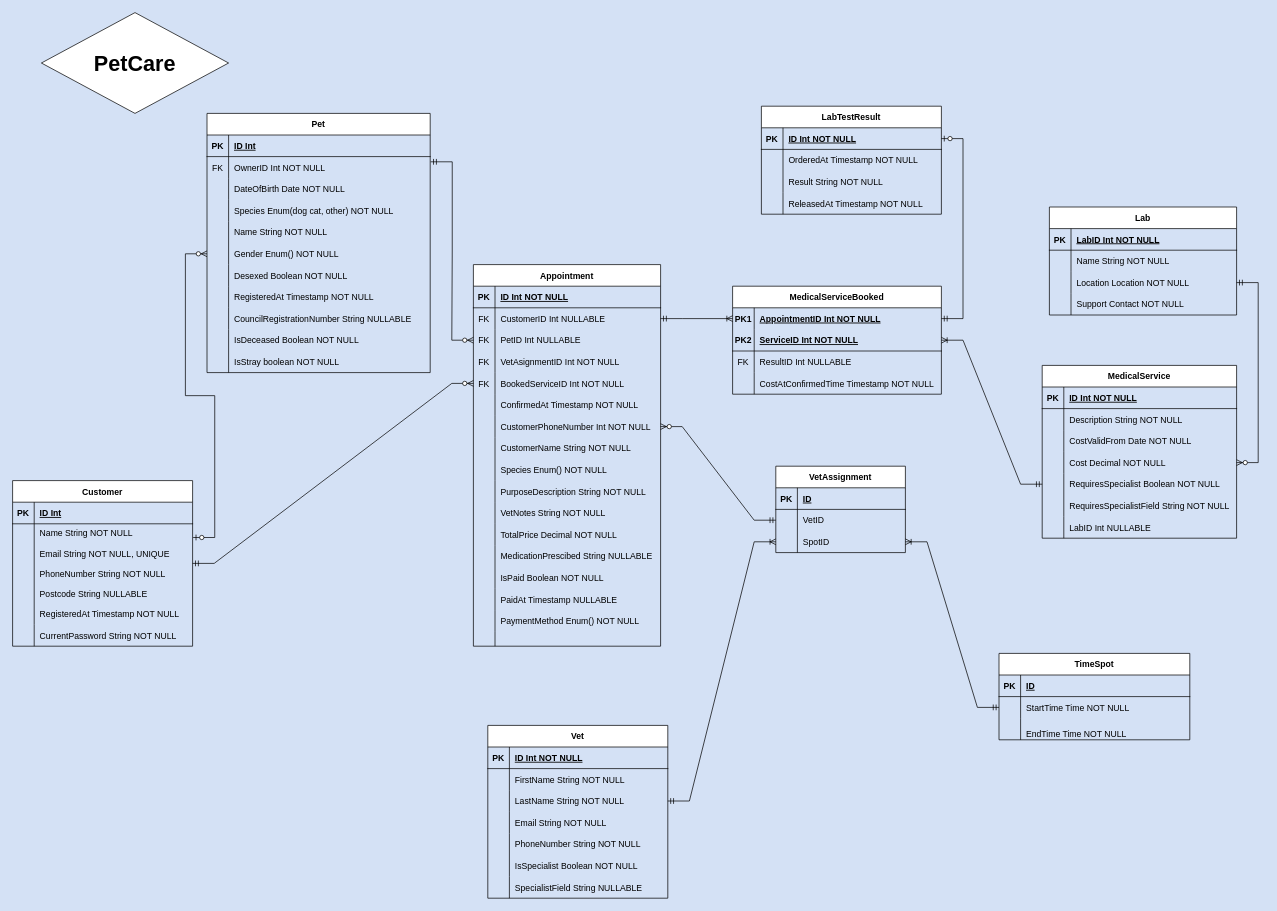
This is docs/PetCarERD.drawio from tamminh2003/petCare, a draw.io file, before an edit. Source tidied: cells renumbered, new cells numbered last; positions are measured from the earlier drawing's top-left corner, leaving out a move shared by most shapes. Both pictures are drawn from the tidied source at 72%, with x=0, y=0 at pixel (12, 12).
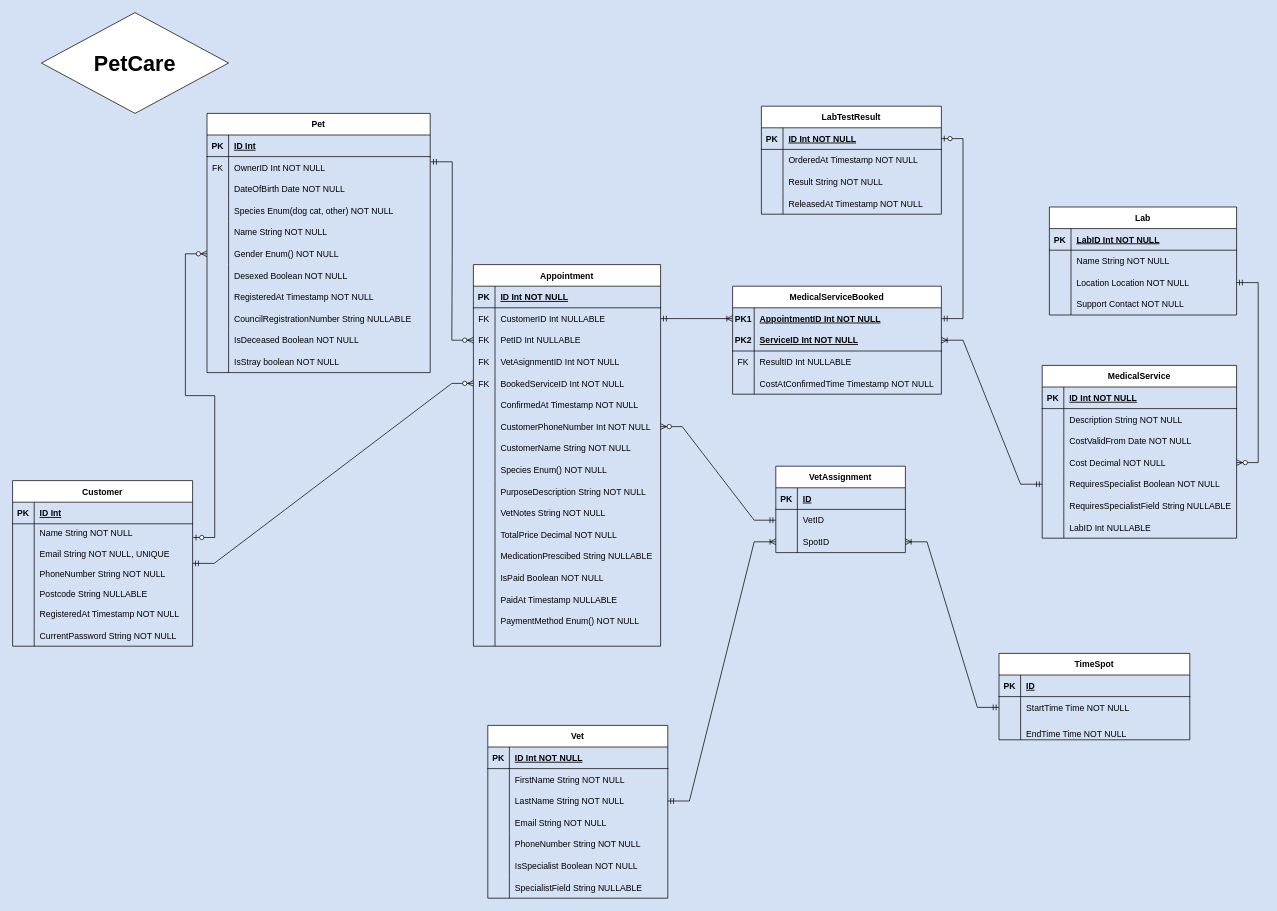
The same page after the edit.

Unchanged cells that the change refers to:
```xml
<mxCell id="83" style="shape=tableRow;horizontal=0;startSize=0;swimlaneHead=0;swimlaneBody=0;fillColor=none;top=0;left=0;right=0;bottom=0;" parent="67" vertex="1">
  <mxGeometry y="180" width="270" height="30" as="geometry" />
</mxCell>
```

Change to the diagram source:
```diff
@@
-    <mxCell id="85" value="RequiresSpecialistField String NOT NULL" style="shape=partialRectangle;fillColor=none;top=0;left=0;bottom=0;right=0;align=left;spacingLeft=6;overflow=hidden;" parent="83" vertex="1">
+    <mxCell id="85" value="RequiresSpecialistField String NULLABLE" style="shape=partialRectangle;fillColor=none;top=0;left=0;bottom=0;right=0;align=left;spacingLeft=6;overflow=hidden;" parent="83" vertex="1">
       <mxGeometry x="30" width="240" height="30" as="geometry" />
     </mxCell>
```
